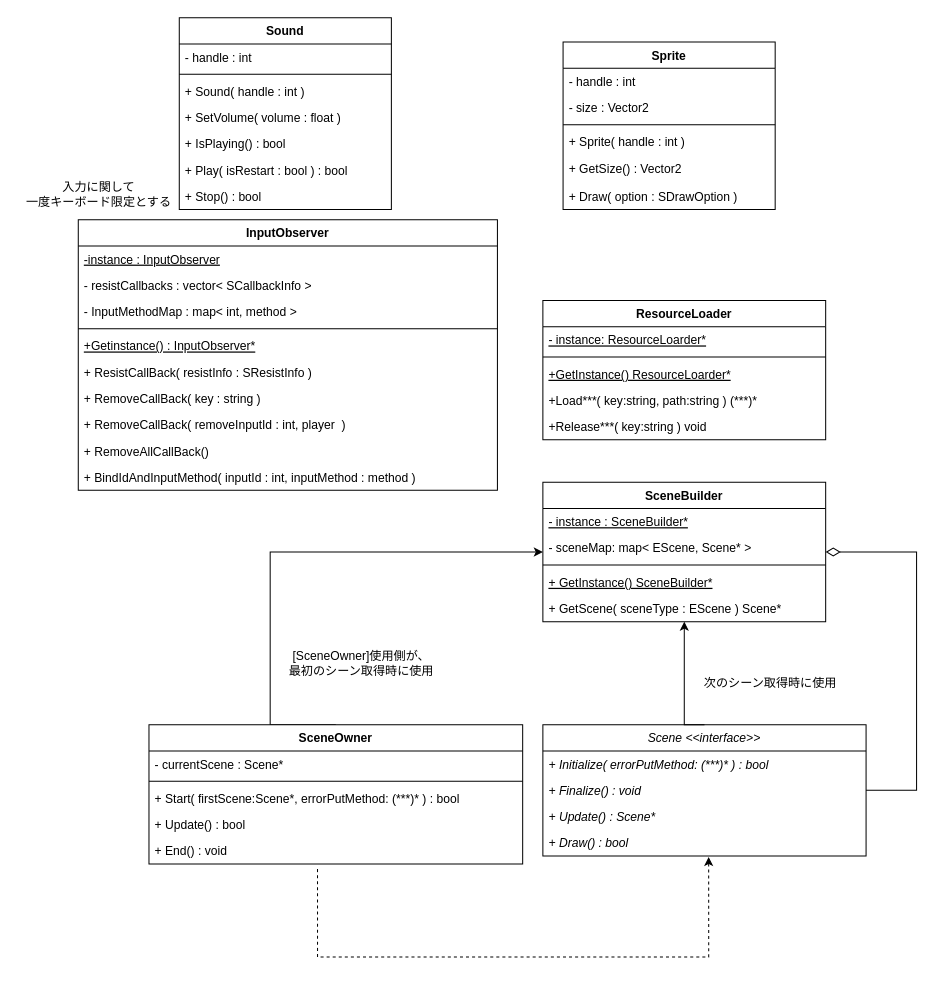
naturemas53/DXLib_Game keeps this draw.io diagram as 設計っぽいの.drawio. Above is the earlier version. Source tidied: cells renumbered, new cells numbered last; positions are measured from the earlier drawing's top-left corner, leaving out a move shared by most shapes. Both pictures are drawn from the tidied source at 101%, with x=0, y=0 at pixel (17, 17).
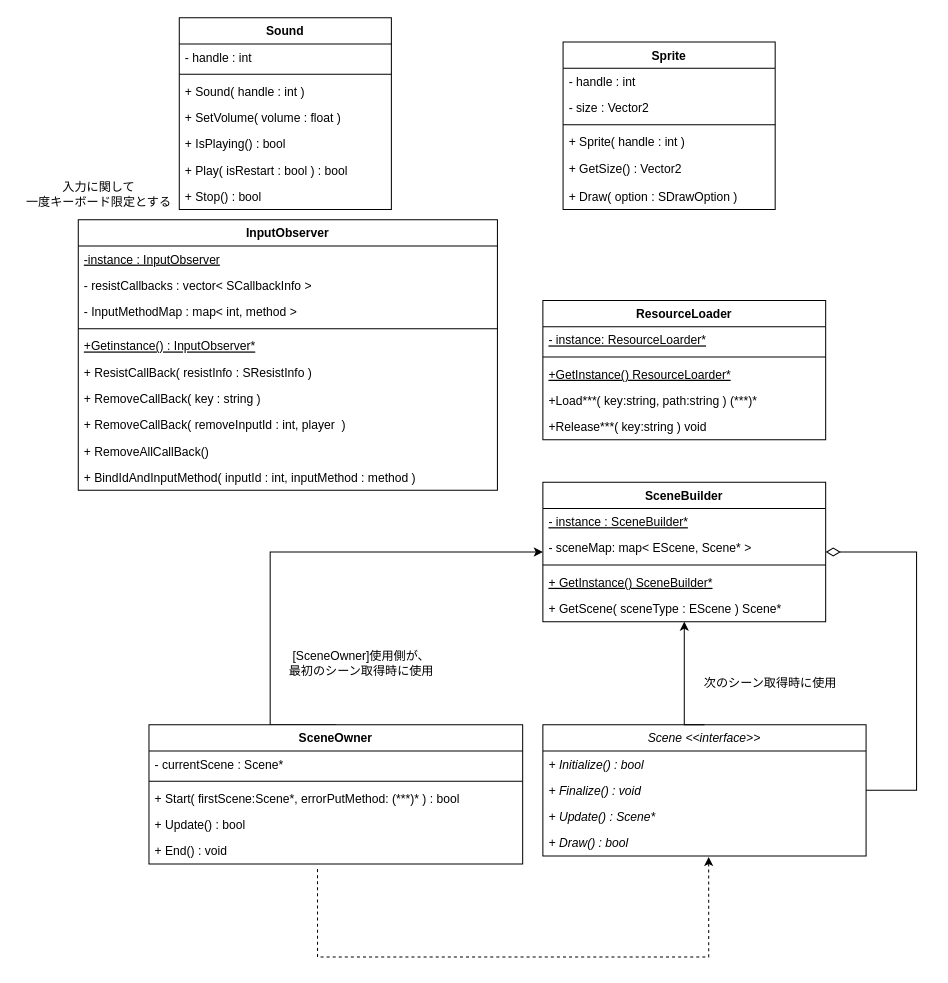
The same diagram, later.

Unchanged cells that the change refers to:
```xml
<mxCell id="10" value="Scene &lt;&lt;interface&gt;&gt;" style="swimlane;fontStyle=2;horizontal=1;startSize=26;fillColor=none;" parent="1" vertex="1">
  <mxGeometry x="520" y="700" width="320" height="130" as="geometry" />
</mxCell>
```

The edit, as a diff of the source:
```diff
@@
-    <mxCell id="11" value="+ Initialize( errorPutMethod: (***)* ) : bool" style="text;strokeColor=none;fillColor=none;align=left;verticalAlign=top;spacingLeft=4;spacingRight=4;overflow=hidden;fontStyle=2;" parent="10" vertex="1">
+    <mxCell id="11" value="+ Initialize() : bool" style="text;strokeColor=none;fillColor=none;align=left;verticalAlign=top;spacingLeft=4;spacingRight=4;overflow=hidden;fontStyle=2;" parent="10" vertex="1">
       <mxGeometry y="26" width="320" height="26" as="geometry" />
     </mxCell>
```
